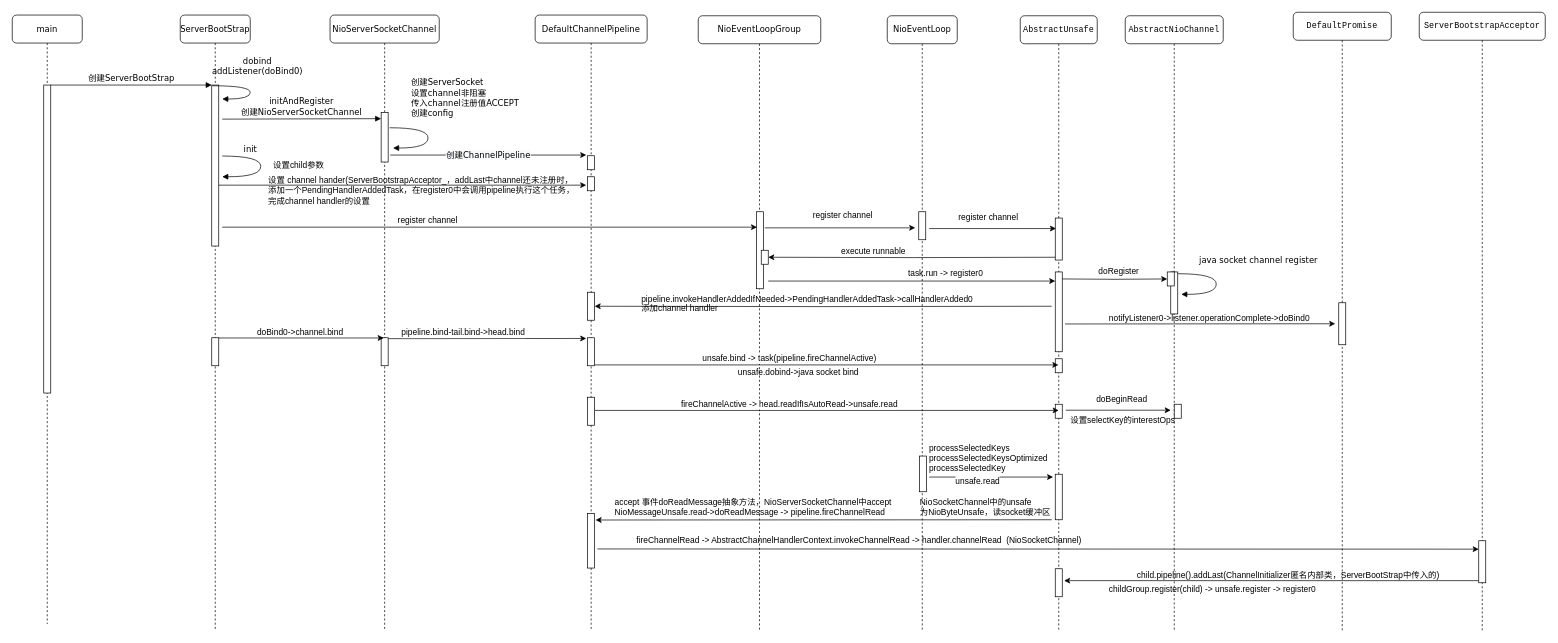
Above: page "netty启动时序" (2 of 3) of doc/drawio/netty.drawio in lhrimperial/black-hole (draw.io), before the change. Source tidied: cells renumbered, new cells numbered last; positions are measured from the earlier drawing's top-left corner, leaving out a move shared by most shapes. Both pictures are drawn from the tidied source at 70%, with x=0, y=0 at pixel (12, 12).
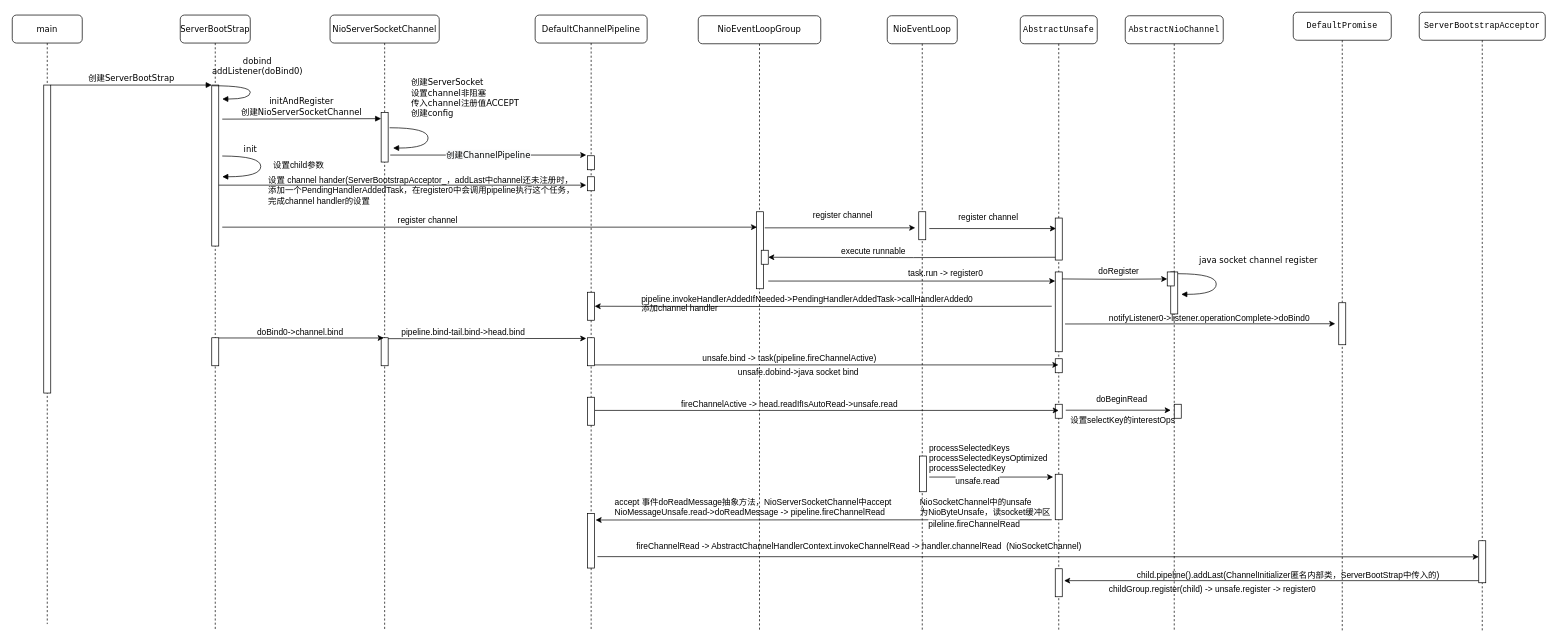
The same diagram, later.

Unchanged cells that the change refers to:
```xml
<mxCell id="15" style="html=1;points=[];perimeter=orthogonalPerimeter;rounded=0;shadow=0;comic=0;labelBackgroundColor=none;strokeWidth=1;fontFamily=Verdana;fontSize=12;align=center;" parent="9" vertex="1">
  <mxGeometry x="75" y="712" width="10" height="78" as="geometry" />
</mxCell>
<mxCell id="78" style="endArrow=classic;html=1;entryX=1.133;entryY=0.12;entryDx=0;entryDy=0;entryPerimeter=0;" parent="1" edge="1" target="15">
  <mxGeometry relative="1" as="geometry">
    <mxPoint x="1485" y="725" as="sourcePoint" />
  </mxGeometry>
</mxCell>
```

What changed in the source:
```diff
@@
+    <mxCell id="87" value="pileline.fireChannelRead" style="text;html=1;align=center;verticalAlign=middle;labelBackgroundColor=#ffffff;" parent="78" vertex="1">
+      <mxGeometry x="-0.58" y="6" relative="1" as="geometry">
+        <mxPoint x="25" as="offset" />
+      </mxGeometry>
+    </mxCell>
@@
-    <mxCell id="80" style="endArrow=classic;html=1;exitX=1.4;exitY=0.65;exitDx=0;exitDy=0;exitPerimeter=0;" parent="1" edge="1" source="15">
+    <mxCell id="80" style="endArrow=classic;html=1;exitX=1.4;exitY=0.65;exitDx=0;exitDy=0;exitPerimeter=0;" parent="1" edge="1">
       <mxGeometry relative="1" as="geometry">
-        <mxPoint x="2095" y="767" as="targetPoint" />
+        <mxPoint x="836" y="777.7" as="sourcePoint" />
+        <mxPoint x="2095" y="778" as="targetPoint" />
       </mxGeometry>
     </mxCell>
     <mxCell id="81" value="fireChannelRead -&amp;gt; AbstractChannelHandlerContext.invokeChannelRead -&amp;gt; handler.channelRead&amp;nbsp; (NioSocketChannel)" style="text;html=1;align=left;verticalAlign=top;spacingTop=-4;" parent="1" vertex="1">
-      <mxGeometry x="890" y="745" width="650" height="20" as="geometry" />
+      <mxGeometry x="890" y="753" width="650" height="20" as="geometry" />
     </mxCell>
```
